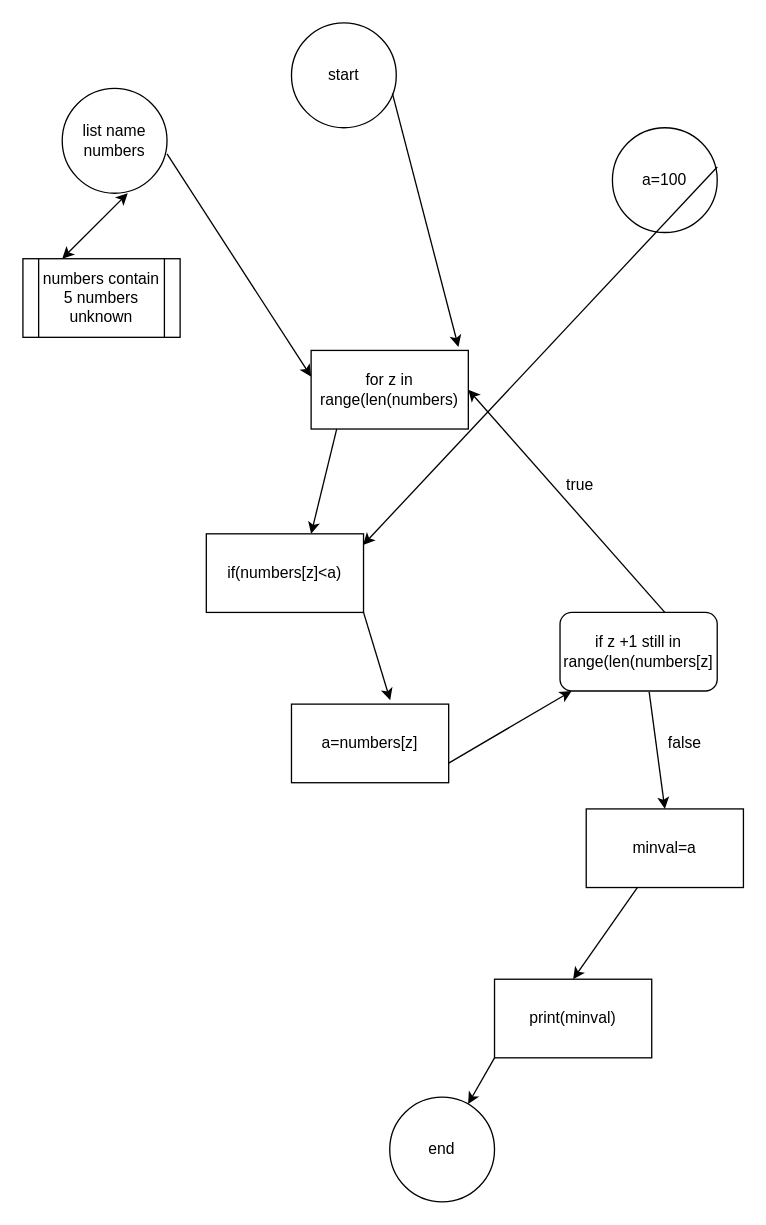
Earlier version of the draw.io diagram 1.drawio (TimothyRed7/clonez). Source tidied: cells renumbered, new cells numbered last; positions are measured from the earlier drawing's top-left corner, leaving out a move shared by most shapes. Both pictures are drawn from the tidied source at 131%, with x=0, y=0 at pixel (22, 22).
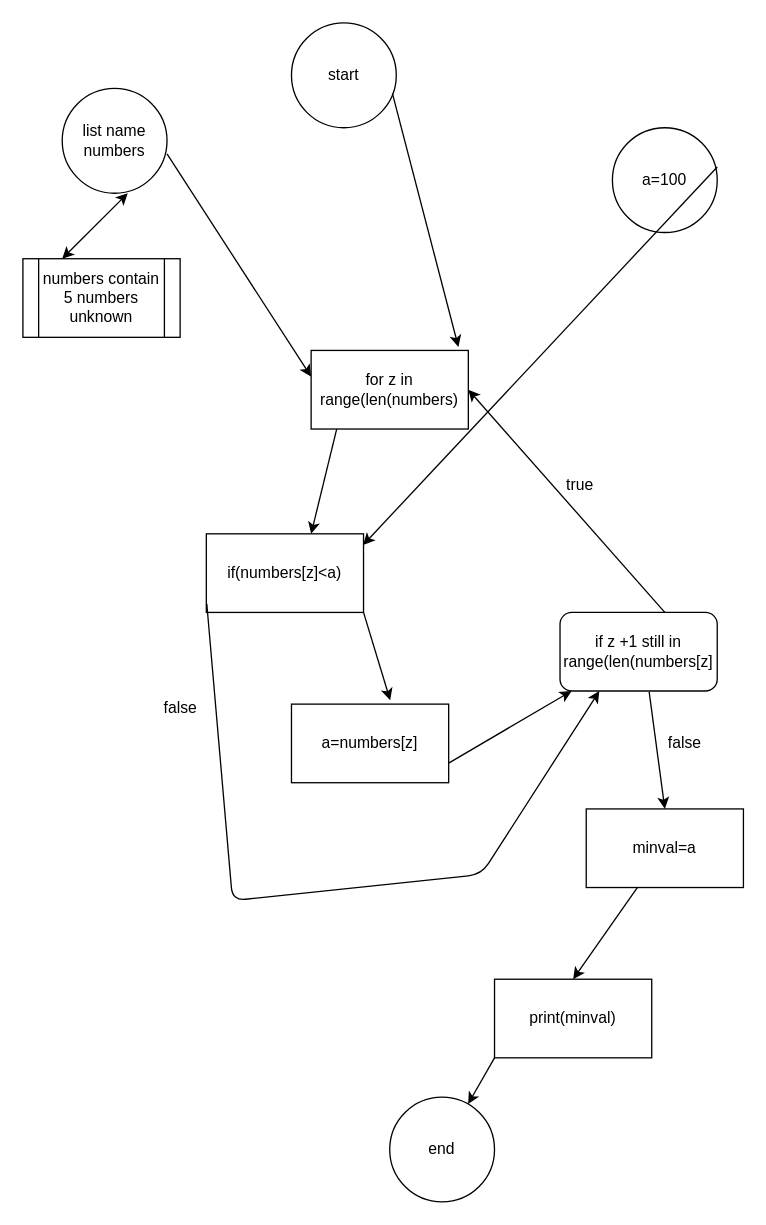
After the change.

The change refers to these unchanged cells:
```xml
<mxCell id="11" value="if(numbers[z]&amp;lt;a)" style="rounded=0;whiteSpace=wrap;html=1;" parent="1" vertex="1">
  <mxGeometry x="140" y="390" width="120" height="60" as="geometry" />
</mxCell>
<mxCell id="15" value="if z +1 still in range(len(numbers[z]" style="rounded=1;whiteSpace=wrap;html=1;" parent="1" vertex="1">
  <mxGeometry x="410" y="450" width="120" height="60" as="geometry" />
</mxCell>
```

Diff of the diagram source:
```diff
@@
+    <mxCell id="26" style="endArrow=classic;html=1;exitX=0.003;exitY=0.89;exitDx=0;exitDy=0;exitPerimeter=0;entryX=0.25;entryY=1;entryDx=0;entryDy=0;" parent="1" edge="1" source="11" target="15">
+      <mxGeometry relative="1" as="geometry">
+        <Array as="points">
+          <mxPoint x="160" y="670" />
+          <mxPoint x="350" y="650" />
+        </Array>
+      </mxGeometry>
+    </mxCell>
+    <mxCell id="27" value="false" style="text;html=1;align=center;verticalAlign=middle;strokeColor=none;fillColor=none;" parent="1" vertex="1">
+      <mxGeometry x="95" y="508" width="50" height="30" as="geometry" />
+    </mxCell>
```
